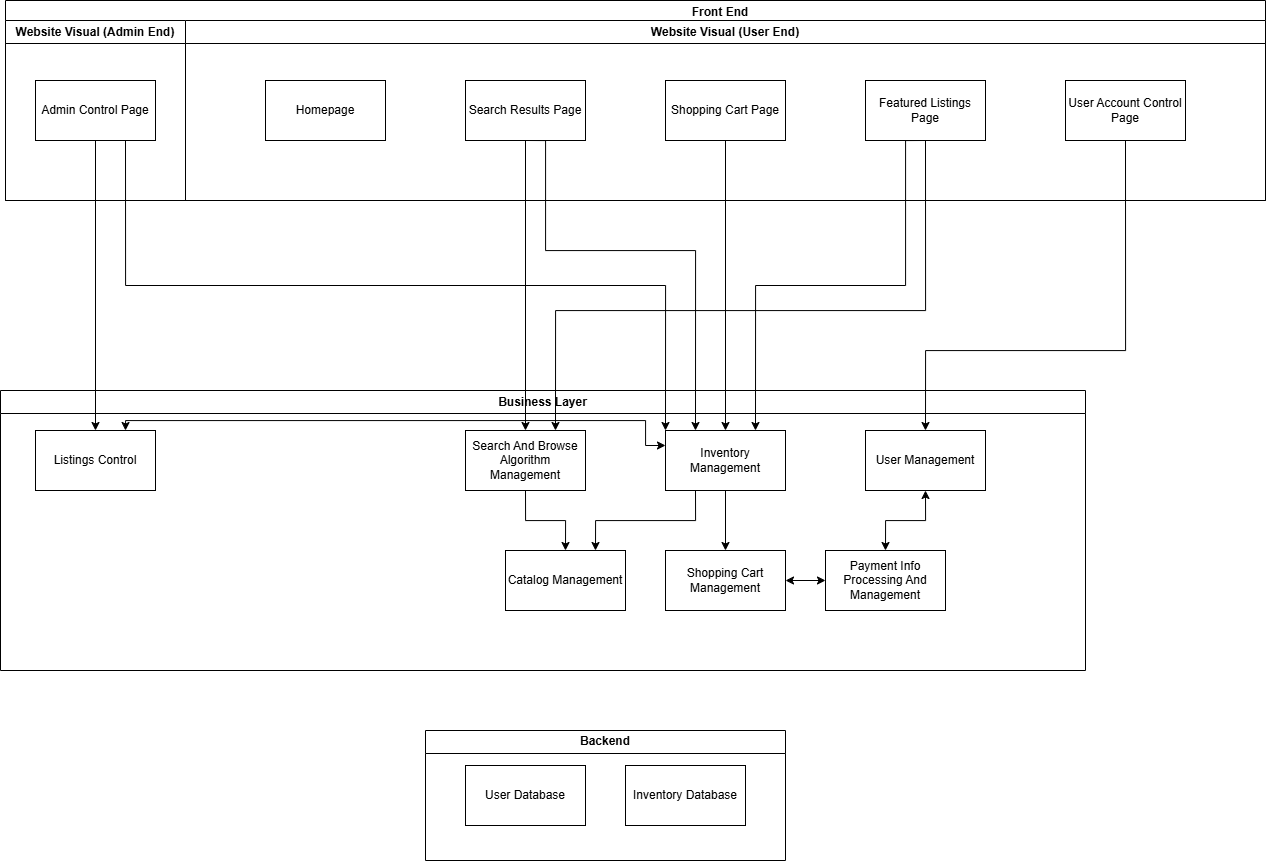
gavinbarry60/group8 keeps this draw.io diagram as Use Case Diagrams/Architecture_Diagram/Architecture_Diagram.drawio.png. Above is the earlier version. Source tidied: cells renumbered, new cells last; positions are measured from the earlier drawing's top-left corner, leaving out a move shared by most shapes.
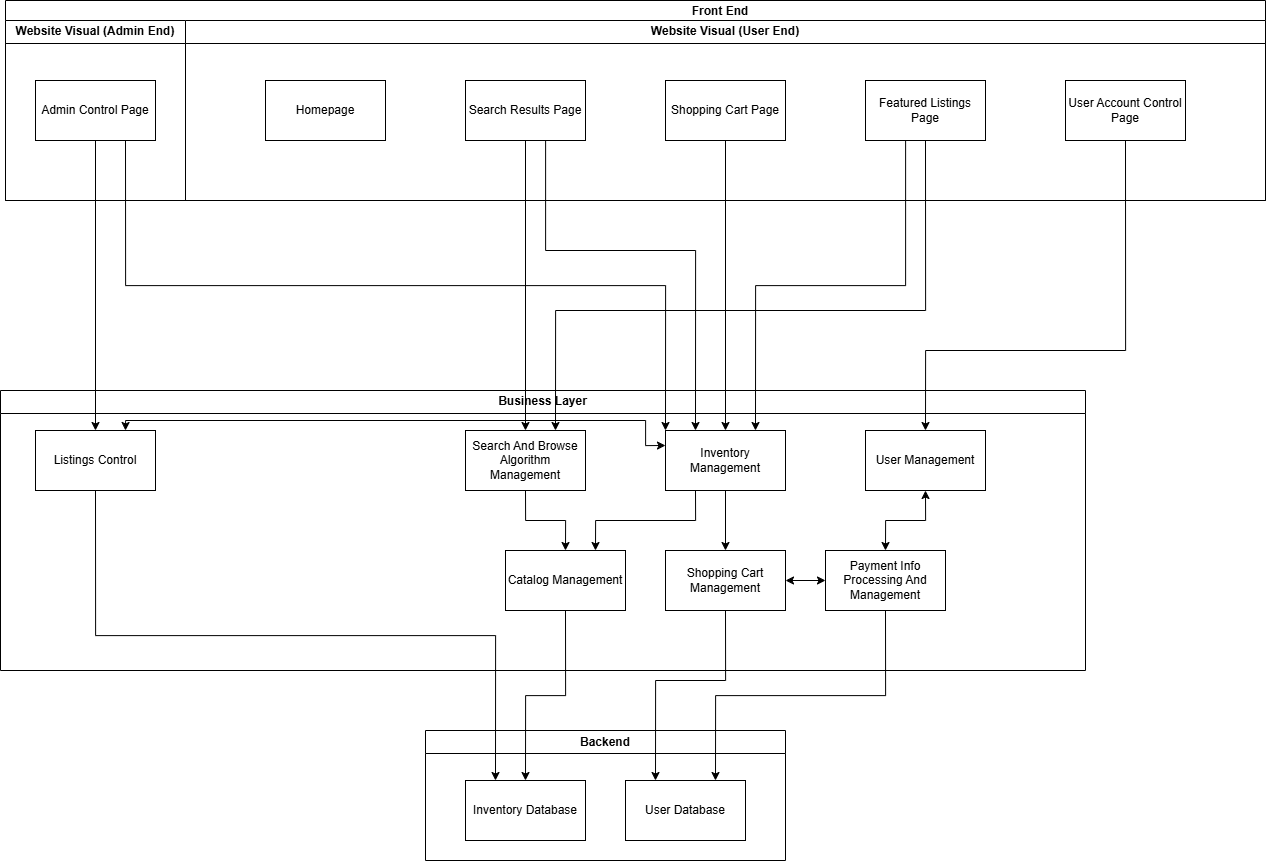
Later version of the same file.

The edit, as a diff of the source:
```diff
@@ -80,12 +80,12 @@
     <mxCell id="25" value="Backend" style="swimlane;whiteSpace=wrap;html=1;" parent="1" vertex="1">
       <mxGeometry x="425" y="730" width="360" height="130" as="geometry" />
     </mxCell>
+    <mxCell id="27" value="Inventory Database" style="rounded=0;whiteSpace=wrap;html=1;" parent="25" vertex="1">
+      <mxGeometry x="40" y="50" width="120" height="60" as="geometry" />
+    </mxCell>
     <mxCell id="26" value="User Database" style="rounded=0;whiteSpace=wrap;html=1;" parent="25" vertex="1">
-      <mxGeometry x="40" y="35" width="120" height="60" as="geometry" />
+      <mxGeometry x="200" y="50" width="120" height="60" as="geometry" />
     </mxCell>
-    <mxCell id="27" value="Inventory Database" style="rounded=0;whiteSpace=wrap;html=1;" parent="25" vertex="1">
-      <mxGeometry x="200" y="35" width="120" height="60" as="geometry" />
-    </mxCell>
     <mxCell id="28" style="endArrow=classic;html=1;rounded=0;exitX=0.5;exitY=1;exitDx=0;exitDy=0;entryX=0.5;entryY=0;entryDx=0;entryDy=0;" parent="1" edge="1" source="7" target="13">
       <mxGeometry relative="1" as="geometry" />
     </mxCell>
@@ -132,5 +132,27 @@
         </Array>
       </mxGeometry>
     </mxCell>
+    <mxCell id="36" style="endArrow=classic;html=1;rounded=0;exitX=0.5;exitY=1;exitDx=0;exitDy=0;entryX=0.75;entryY=0;entryDx=0;entryDy=0;edgeStyle=orthogonalEdgeStyle;" parent="1" edge="1" source="19" target="26">
+      <mxGeometry relative="1" as="geometry">
+        <Array as="points">
+          <mxPoint x="885" y="695" />
+          <mxPoint x="715" y="695" />
+        </Array>
+      </mxGeometry>
+    </mxCell>
+    <mxCell id="37" style="endArrow=classic;html=1;rounded=0;exitX=0.5;exitY=1;exitDx=0;exitDy=0;entryX=0.25;entryY=0;entryDx=0;entryDy=0;edgeStyle=orthogonalEdgeStyle;" parent="1" edge="1" source="18" target="26">
+      <mxGeometry relative="1" as="geometry">
+        <Array as="points">
+          <mxPoint x="725" y="680" />
+          <mxPoint x="655" y="680" />
+        </Array>
+      </mxGeometry>
+    </mxCell>
+    <mxCell id="38" style="endArrow=classic;html=1;rounded=0;exitX=0.5;exitY=1;exitDx=0;exitDy=0;entryX=0.5;entryY=0;entryDx=0;entryDy=0;edgeStyle=orthogonalEdgeStyle;" parent="1" edge="1" source="17" target="27">
+      <mxGeometry relative="1" as="geometry" />
+    </mxCell>
+    <mxCell id="39" style="endArrow=classic;html=1;rounded=0;exitX=0.5;exitY=1;exitDx=0;exitDy=0;entryX=0.25;entryY=0;entryDx=0;entryDy=0;edgeStyle=orthogonalEdgeStyle;" parent="1" edge="1" source="14" target="27">
+      <mxGeometry relative="1" as="geometry" />
+    </mxCell>
   </root>
 </mxGraphModel>
```
